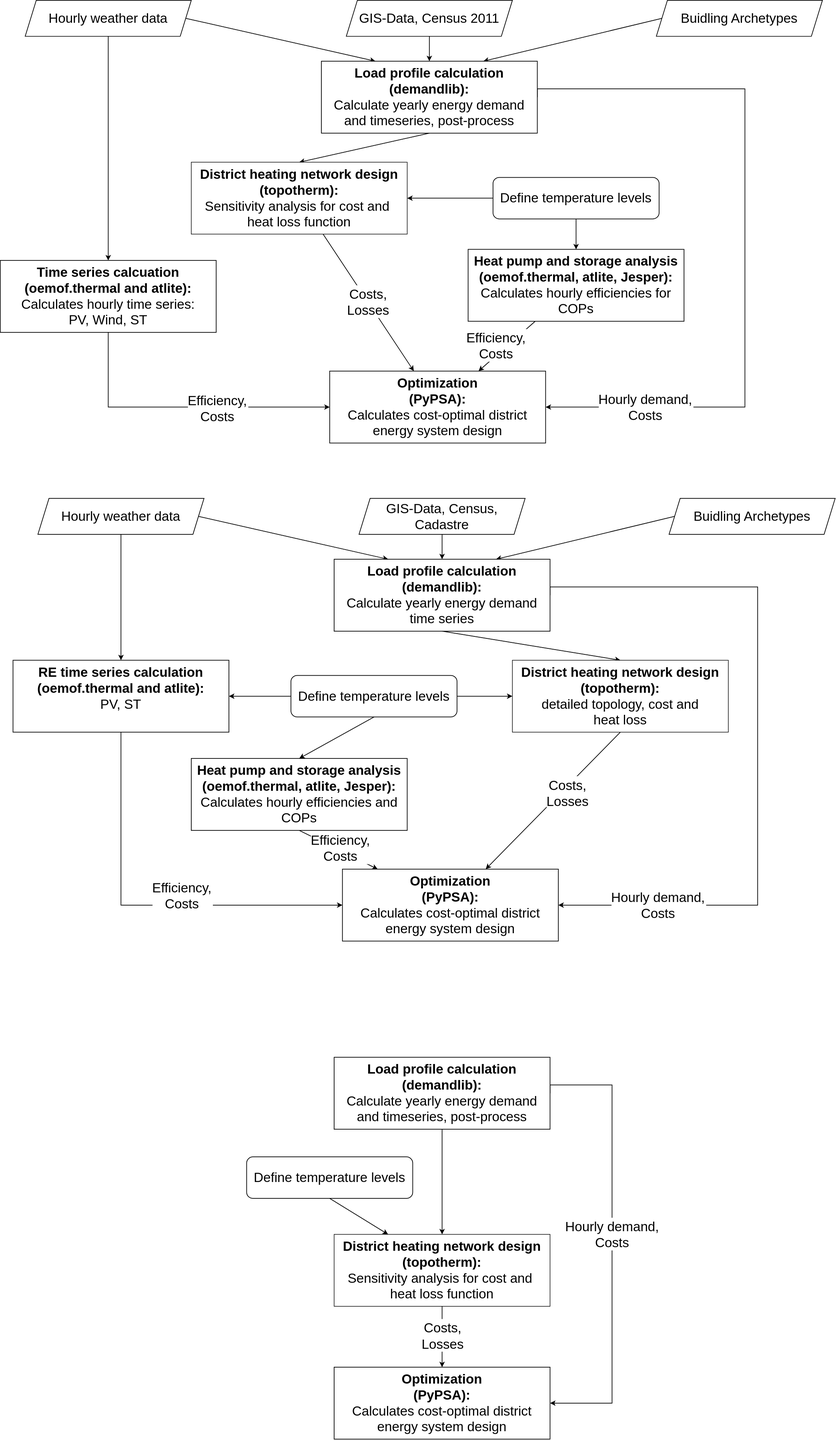
ltrentmann/PyPSA-DESOpt-Heat keeps this draw.io diagram as diagrams/2023-04-25_overview-preprocessing-eng.drawio.svg. Above is the earlier version. Source tidied: cells renumbered, new cells last; positions are measured from the earlier drawing's top-left corner, leaving out a move shared by most shapes.
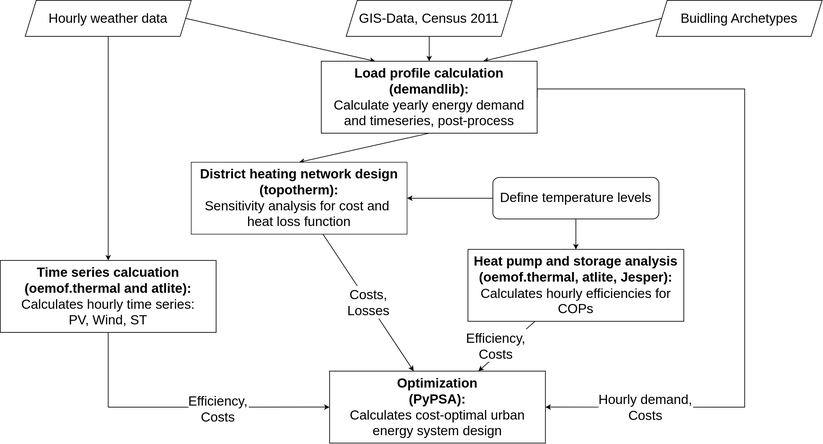
After the change.

Commit message:
update overview figure

The edit, as a diff of the source:
```diff
@@ -35,187 +35,58 @@
     <mxCell id="12" style="edgeStyle=orthogonalEdgeStyle;rounded=0;jettySize=auto;html=1;strokeWidth=1.25;exitX=0.5;exitY=1;exitDx=0;exitDy=0;fontFamily=Helvetica;" parent="1" edge="1" source="11" target="15">
       <mxGeometry relative="1" as="geometry" />
     </mxCell>
-    <mxCell id="13" style="rounded=0;jettySize=auto;fontSize=24;strokeWidth=1.25;fontFamily=Helvetica;" parent="1" edge="1" source="15" target="21">
-      <mxGeometry relative="1" as="geometry" />
-    </mxCell>
-    <mxCell id="14" value="Efficiency,&#10;Costs" style="edgeLabel;align=center;verticalAlign=middle;fontSize=24;fontFamily=Helvetica;" parent="13" vertex="1">
-      <mxGeometry x="0.19" relative="1" as="geometry">
-        <mxPoint x="-10" y="-12" as="offset" />
-      </mxGeometry>
-    </mxCell>
+    <mxCell id="61" style="rounded=0;jettySize=auto;fontSize=24;strokeWidth=1.25;fontFamily=Helvetica;" parent="1" edge="1" source="15" target="67">
+      <mxGeometry relative="1" as="geometry" />
+    </mxCell>
+    <mxCell id="62" value="Efficiency,&#10;Costs" style="edgeLabel;align=center;verticalAlign=middle;fontSize=24;fontFamily=Helvetica;" parent="61" vertex="1">
+      <mxGeometry x="0.19" relative="1" as="geometry">
+        <mxPoint x="-10" y="-12" as="offset" />
+      </mxGeometry>
+    </mxCell>
     <mxCell id="15" value="Heat pump and storage analysis&lt;br&gt;(oemof.thermal, atlite, Jesper): &lt;br&gt;&lt;span style=&quot;font-weight: normal;&quot;&gt;Calculates hourly efficiencies for COPs&lt;/span&gt;" style="rounded=0;fontSize=24;whiteSpace=wrap;strokeWidth=1.25;fontFamily=Helvetica;fontStyle=1;html=1;" parent="1" vertex="1">
       <mxGeometry x="845" y="450" width="390" height="130" as="geometry" />
     </mxCell>
-    <mxCell id="16" style="edgeStyle=orthogonalEdgeStyle;rounded=0;jettySize=auto;entryX=0;entryY=0.5;entryDx=0;entryDy=0;exitX=0.5;exitY=1;exitDx=0;exitDy=0;fontSize=24;strokeWidth=1.25;fontFamily=Helvetica;" parent="1" edge="1" source="18" target="21">
-      <mxGeometry relative="1" as="geometry" />
-    </mxCell>
-    <mxCell id="17" value="Efficiency,&#10;Costs" style="edgeLabel;align=center;verticalAlign=middle;fontSize=24;fontFamily=Helvetica;" parent="16" vertex="1">
-      <mxGeometry x="-0.17" y="-1" relative="1" as="geometry">
-        <mxPoint x="111" y="-1" as="offset" />
-      </mxGeometry>
-    </mxCell>
+    <mxCell id="63" style="edgeStyle=orthogonalEdgeStyle;rounded=0;jettySize=auto;entryX=0;entryY=0.5;entryDx=0;entryDy=0;exitX=0.5;exitY=1;exitDx=0;exitDy=0;fontSize=24;strokeWidth=1.25;fontFamily=Helvetica;" parent="1" edge="1" source="18" target="67">
+      <mxGeometry relative="1" as="geometry" />
+    </mxCell>
+    <mxCell id="64" value="Efficiency,&#10;Costs" style="edgeLabel;align=center;verticalAlign=middle;fontSize=24;fontFamily=Helvetica;" parent="63" vertex="1">
+      <mxGeometry x="-0.17" y="-1" relative="1" as="geometry">
+        <mxPoint x="111" y="-1" as="offset" />
+      </mxGeometry>
+    </mxCell>
     <mxCell id="18" value="Time series calcuation (oemof.thermal and atlite): &lt;br&gt;&lt;span style=&quot;font-weight: normal;&quot;&gt;Calculates hourly time series: &lt;br&gt;PV, Wind, ST&lt;/span&gt;" style="rounded=0;fontSize=24;whiteSpace=wrap;strokeWidth=1.25;fontFamily=Helvetica;html=1;fontStyle=1;" parent="1" vertex="1">
       <mxGeometry y="470" width="390" height="130" as="geometry" />
     </mxCell>
-    <mxCell id="19" style="edgeStyle=orthogonalEdgeStyle;rounded=0;jettySize=auto;entryX=1;entryY=0.5;entryDx=0;entryDy=0;fontSize=24;strokeWidth=1.25;fontFamily=Helvetica;exitX=1;exitY=0.5;exitDx=0;exitDy=0;" parent="1" edge="1" source="25" target="21">
-      <mxGeometry relative="1" as="geometry">
-        <Array as="points">
-          <mxPoint x="945" y="160" />
-          <mxPoint x="1345" y="160" />
-          <mxPoint x="1345" y="715" />
-        </Array>
-      </mxGeometry>
-    </mxCell>
-    <mxCell id="20" value="Hourly demand,&#10;Costs" style="edgeLabel;align=center;verticalAlign=middle;fontSize=24;fontFamily=Helvetica;" parent="19" vertex="1">
-      <mxGeometry x="0.42" relative="1" as="geometry">
-        <mxPoint x="-180" y="40" as="offset" />
-      </mxGeometry>
-    </mxCell>
-    <mxCell id="21" value="Optimization &lt;br&gt;(PyPSA):&lt;br&gt;&lt;span style=&quot;font-weight: normal;&quot;&gt;Calculates cost-optimal district energy system design&lt;/span&gt;" style="rounded=0;fontSize=24;whiteSpace=wrap;strokeWidth=1.25;fontFamily=Helvetica;html=1;fontStyle=1;" parent="1" vertex="1">
-      <mxGeometry x="595" y="670" width="390" height="130" as="geometry" />
-    </mxCell>
-    <mxCell id="22" style="rounded=0;jettySize=auto;fontSize=24;strokeWidth=1.25;fontFamily=Helvetica;" parent="1" edge="1" source="24" target="21">
-      <mxGeometry relative="1" as="geometry" />
-    </mxCell>
-    <mxCell id="23" value="Costs,&#10;Losses" style="edgeLabel;align=center;verticalAlign=middle;fontSize=24;fontFamily=Helvetica;" parent="22" vertex="1">
-      <mxGeometry x="-0.22" y="4" relative="1" as="geometry">
-        <mxPoint x="14" y="26" as="offset" />
-      </mxGeometry>
-    </mxCell>
+    <mxCell id="65" style="edgeStyle=orthogonalEdgeStyle;rounded=0;jettySize=auto;entryX=1;entryY=0.5;entryDx=0;entryDy=0;fontSize=24;strokeWidth=1.25;fontFamily=Helvetica;exitX=1;exitY=0.5;exitDx=0;exitDy=0;" parent="1" edge="1" source="25" target="67">
+      <mxGeometry relative="1" as="geometry">
+        <Array as="points">
+          <mxPoint x="945" y="160" />
+          <mxPoint x="1345" y="160" />
+          <mxPoint x="1345" y="715" />
+        </Array>
+      </mxGeometry>
+    </mxCell>
+    <mxCell id="66" value="Hourly demand,&#10;Costs" style="edgeLabel;align=center;verticalAlign=middle;fontSize=24;fontFamily=Helvetica;" parent="65" vertex="1">
+      <mxGeometry x="0.42" relative="1" as="geometry">
+        <mxPoint x="-180" y="40" as="offset" />
+      </mxGeometry>
+    </mxCell>
+    <mxCell id="67" value="Optimization &lt;br&gt;(PyPSA):&lt;br&gt;&lt;span style=&quot;font-weight: normal;&quot;&gt;Calculates cost-optimal urban energy system design&lt;/span&gt;" style="rounded=0;fontSize=24;whiteSpace=wrap;strokeWidth=1.25;fontFamily=Helvetica;html=1;fontStyle=1;" parent="1" vertex="1">
+      <mxGeometry x="595" y="670" width="390" height="130" as="geometry" />
+    </mxCell>
+    <mxCell id="68" style="rounded=0;jettySize=auto;fontSize=24;strokeWidth=1.25;fontFamily=Helvetica;" parent="1" edge="1" source="24" target="67">
+      <mxGeometry relative="1" as="geometry" />
+    </mxCell>
+    <mxCell id="69" value="Costs,&#10;Losses" style="edgeLabel;align=center;verticalAlign=middle;fontSize=24;fontFamily=Helvetica;" parent="68" vertex="1">
+      <mxGeometry x="-0.22" y="4" relative="1" as="geometry">
+        <mxPoint x="14" y="26" as="offset" />
+      </mxGeometry>
+    </mxCell>
     <mxCell id="24" value="District heating network design (topotherm):&lt;br&gt;&lt;span style=&quot;font-weight: normal;&quot;&gt;Sensitivity analysis for cost and&amp;nbsp; heat loss function&lt;/span&gt;" style="rounded=0;fontSize=24;fontFamily=Helvetica;fontStyle=1;whiteSpace=wrap;html=1;" parent="1" vertex="1">
       <mxGeometry x="345" y="292.5" width="390" height="130" as="geometry" />
     </mxCell>
     <mxCell id="25" value="&lt;b style=&quot;border-color: var(--border-color);&quot;&gt;Load profile calculation (demandlib):&lt;br style=&quot;border-color: var(--border-color);&quot;&gt;&lt;/b&gt;Calculate yearly energy demand and timeseries,&amp;nbsp;post-process" style="rounded=0;fontSize=24;whiteSpace=wrap;strokeWidth=1.25;fontFamily=Helvetica;shape=label;html=1;fixedSize=1;" parent="1" vertex="1">
       <mxGeometry x="580" y="110" width="390" height="130" as="geometry" />
     </mxCell>
-    <mxCell id="26" style="rounded=0;jettySize=auto;exitX=1;exitY=0.5;exitDx=0;exitDy=0;fontSize=24;strokeWidth=1.25;entryX=0.25;entryY=0;entryDx=0;entryDy=0;fontFamily=Helvetica;" parent="1" edge="1" source="28" target="49">
-      <mxGeometry relative="1" as="geometry" />
-    </mxCell>
-    <mxCell id="27" style="rounded=0;jettySize=auto;entryX=0.5;entryY=0;entryDx=0;entryDy=0;exitX=0.5;exitY=1;exitDx=0;exitDy=0;fontSize=24;strokeWidth=1.25;fontFamily=Helvetica;" parent="1" edge="1" source="28" target="42">
-      <mxGeometry relative="1" as="geometry" />
-    </mxCell>
-    <mxCell id="28" value="Hourly weather data" style="rounded=0;fontSize=24;whiteSpace=wrap;strokeWidth=1.25;fontFamily=Helvetica;shape=parallelogram;perimeter=parallelogramPerimeter;html=1;fixedSize=1;" parent="1" vertex="1">
-      <mxGeometry x="68" y="900" width="300" height="65" as="geometry" />
-    </mxCell>
-    <mxCell id="29" style="edgeStyle=orthogonalEdgeStyle;rounded=0;jettySize=auto;fontSize=24;strokeWidth=1.25;fontFamily=Helvetica;entryX=0.5;entryY=0;entryDx=0;entryDy=0;" parent="1" edge="1" source="30" target="49">
-      <mxGeometry relative="1" as="geometry" />
-    </mxCell>
-    <mxCell id="30" value="GIS-Data, Census, Cadastre" style="rounded=0;fontSize=24;whiteSpace=wrap;strokeWidth=1.25;fontFamily=Helvetica;shape=parallelogram;perimeter=parallelogramPerimeter;html=1;fixedSize=1;" parent="1" vertex="1">
-      <mxGeometry x="648" y="900" width="300" height="65" as="geometry" />
-    </mxCell>
-    <mxCell id="31" style="rounded=0;jettySize=auto;fontSize=24;strokeWidth=1.25;entryX=0.75;entryY=0;entryDx=0;entryDy=0;exitX=0;exitY=0.5;exitDx=0;exitDy=0;fontFamily=Helvetica;" parent="1" edge="1" source="32" target="49">
-      <mxGeometry relative="1" as="geometry" />
-    </mxCell>
-    <mxCell id="32" value="Buidling Archetypes" style="rounded=0;fontSize=24;whiteSpace=wrap;strokeWidth=1.25;fontFamily=Helvetica;shape=parallelogram;perimeter=parallelogramPerimeter;html=1;fixedSize=1;" parent="1" vertex="1">
-      <mxGeometry x="1208" y="900" width="300" height="65" as="geometry" />
-    </mxCell>
-    <mxCell id="33" style="rounded=0;jettySize=auto;fontSize=24;strokeWidth=1.25;entryX=0.5;entryY=0;entryDx=0;entryDy=0;fontFamily=Helvetica;exitX=0.5;exitY=1;exitDx=0;exitDy=0;" parent="1" edge="1" source="49" target="48">
-      <mxGeometry relative="1" as="geometry" />
-    </mxCell>
-    <mxCell id="34" style="rounded=0;jettySize=auto;fontSize=24;strokeWidth=1.25;fontFamily=Helvetica;" parent="1" edge="1" source="35" target="48">
-      <mxGeometry relative="1" as="geometry" />
-    </mxCell>
-    <mxCell id="35" value="Define temperature levels" style="rounded=1;fontSize=24;whiteSpace=wrap;strokeWidth=1.25;fontFamily=Helvetica;" parent="1" vertex="1">
-      <mxGeometry x="525" y="1220" width="300" height="75" as="geometry" />
-    </mxCell>
-    <mxCell id="36" style="rounded=0;jettySize=auto;html=1;strokeWidth=1.25;exitX=0.5;exitY=1;exitDx=0;exitDy=0;fontFamily=Helvetica;entryX=0.5;entryY=0;entryDx=0;entryDy=0;" parent="1" edge="1" source="35" target="39">
-      <mxGeometry relative="1" as="geometry" />
-    </mxCell>
-    <mxCell id="37" style="rounded=0;jettySize=auto;fontSize=24;strokeWidth=1.25;fontFamily=Helvetica;exitX=0.5;exitY=1;exitDx=0;exitDy=0;" parent="1" edge="1" source="39" target="45">
-      <mxGeometry relative="1" as="geometry" />
-    </mxCell>
-    <mxCell id="38" value="Efficiency,&#10;Costs" style="edgeLabel;align=center;verticalAlign=middle;fontSize=24;fontFamily=Helvetica;" parent="37" vertex="1">
-      <mxGeometry x="0.19" relative="1" as="geometry">
-        <mxPoint x="-10" y="-12" as="offset" />
-      </mxGeometry>
-    </mxCell>
-    <mxCell id="39" value="Heat pump and storage analysis&lt;br&gt;(oemof.thermal, atlite, Jesper): &lt;br&gt;&lt;span style=&quot;font-weight: normal;&quot;&gt;Calculates hourly efficiencies and COPs&lt;/span&gt;" style="rounded=0;fontSize=24;whiteSpace=wrap;strokeWidth=1.25;fontFamily=Helvetica;fontStyle=1;html=1;" parent="1" vertex="1">
-      <mxGeometry x="345" y="1370" width="390" height="130" as="geometry" />
-    </mxCell>
-    <mxCell id="40" style="edgeStyle=orthogonalEdgeStyle;rounded=0;jettySize=auto;entryX=0;entryY=0.5;entryDx=0;entryDy=0;exitX=0.5;exitY=1;exitDx=0;exitDy=0;fontSize=24;strokeWidth=1.25;fontFamily=Helvetica;" parent="1" edge="1" source="42" target="45">
-      <mxGeometry relative="1" as="geometry" />
-    </mxCell>
-    <mxCell id="41" value="Efficiency,&#10;Costs" style="edgeLabel;align=center;verticalAlign=middle;fontSize=24;fontFamily=Helvetica;" parent="40" vertex="1">
-      <mxGeometry x="-0.17" y="-1" relative="1" as="geometry">
-        <mxPoint x="111" y="-1" as="offset" />
-      </mxGeometry>
-    </mxCell>
-    <mxCell id="42" value="RE time series calculation (oemof.thermal and atlite):&lt;span style=&quot;font-weight: normal;&quot;&gt;&lt;br&gt;PV, ST&lt;br&gt;&lt;br&gt;&lt;/span&gt;" style="rounded=0;fontSize=24;whiteSpace=wrap;strokeWidth=1.25;fontFamily=Helvetica;html=1;fontStyle=1;" parent="1" vertex="1">
-      <mxGeometry x="23" y="1192.5" width="390" height="130" as="geometry" />
-    </mxCell>
-    <mxCell id="43" style="edgeStyle=orthogonalEdgeStyle;rounded=0;jettySize=auto;entryX=1;entryY=0.5;entryDx=0;entryDy=0;fontSize=24;strokeWidth=1.25;fontFamily=Helvetica;exitX=1;exitY=0.5;exitDx=0;exitDy=0;" parent="1" edge="1" source="49" target="45">
-      <mxGeometry relative="1" as="geometry">
-        <Array as="points">
-          <mxPoint x="968" y="1060" />
-          <mxPoint x="1368" y="1060" />
-          <mxPoint x="1368" y="1615" />
-        </Array>
-      </mxGeometry>
-    </mxCell>
-    <mxCell id="44" value="Hourly demand,&#10;Costs" style="edgeLabel;align=center;verticalAlign=middle;fontSize=24;fontFamily=Helvetica;" parent="43" vertex="1">
-      <mxGeometry x="0.42" relative="1" as="geometry">
-        <mxPoint x="-180" y="40" as="offset" />
-      </mxGeometry>
-    </mxCell>
-    <mxCell id="45" value="Optimization &lt;br&gt;(PyPSA):&lt;br&gt;&lt;span style=&quot;font-weight: normal;&quot;&gt;Calculates cost-optimal district energy system design&lt;/span&gt;" style="rounded=0;fontSize=24;whiteSpace=wrap;strokeWidth=1.25;fontFamily=Helvetica;html=1;fontStyle=1;" parent="1" vertex="1">
-      <mxGeometry x="618" y="1570" width="390" height="130" as="geometry" />
-    </mxCell>
-    <mxCell id="46" style="rounded=0;jettySize=auto;fontSize=24;strokeWidth=1.25;fontFamily=Helvetica;exitX=0.5;exitY=1;exitDx=0;exitDy=0;" parent="1" edge="1" source="48" target="45">
-      <mxGeometry relative="1" as="geometry" />
-    </mxCell>
-    <mxCell id="47" value="Costs,&#10;Losses" style="edgeLabel;align=center;verticalAlign=middle;fontSize=24;fontFamily=Helvetica;" parent="46" vertex="1">
-      <mxGeometry x="-0.22" y="4" relative="1" as="geometry">
-        <mxPoint x="-3" y="8" as="offset" />
-      </mxGeometry>
-    </mxCell>
-    <mxCell id="48" value="District heating network design (topotherm):&lt;br&gt;&lt;span style=&quot;font-weight: normal;&quot;&gt;detailed topology, cost and &lt;br&gt;heat loss&lt;/span&gt;" style="rounded=0;fontSize=24;fontFamily=Helvetica;fontStyle=1;whiteSpace=wrap;html=1;" parent="1" vertex="1">
-      <mxGeometry x="925" y="1192.5" width="390" height="130" as="geometry" />
-    </mxCell>
-    <mxCell id="49" value="&lt;b style=&quot;border-color: var(--border-color);&quot;&gt;Load profile calculation (demandlib):&lt;br style=&quot;border-color: var(--border-color);&quot;&gt;&lt;/b&gt;Calculate yearly energy demand time series" style="rounded=0;fontSize=24;whiteSpace=wrap;strokeWidth=1.25;fontFamily=Helvetica;shape=label;html=1;fixedSize=1;" parent="1" vertex="1">
-      <mxGeometry x="603" y="1010" width="390" height="130" as="geometry" />
-    </mxCell>
-    <mxCell id="50" style="endArrow=classic;html=1;rounded=0;hachureGap=4;fontFamily=Architects Daughter;fontSource=https%3A%2F%2Ffonts.googleapis.com%2Fcss%3Ffamily%3DArchitects%2BDaughter;fontSize=16;exitX=0;exitY=0.5;exitDx=0;exitDy=0;entryX=1;entryY=0.5;entryDx=0;entryDy=0;strokeWidth=1.25;" parent="1" edge="1" source="35" target="42">
-      <mxGeometry relative="1" as="geometry" />
-    </mxCell>
-    <mxCell id="51" style="rounded=0;jettySize=auto;fontSize=24;strokeWidth=1.25;entryX=0.5;entryY=0;entryDx=0;entryDy=0;fontFamily=Helvetica;exitX=0.5;exitY=1;exitDx=0;exitDy=0;" parent="1" edge="1" source="60" target="59">
-      <mxGeometry relative="1" as="geometry" />
-    </mxCell>
-    <mxCell id="52" style="rounded=0;jettySize=auto;fontSize=24;strokeWidth=1.25;fontFamily=Helvetica;entryX=0.25;entryY=0;entryDx=0;entryDy=0;exitX=0.5;exitY=1;exitDx=0;exitDy=0;" parent="1" edge="1" source="53" target="59">
-      <mxGeometry relative="1" as="geometry" />
-    </mxCell>
-    <mxCell id="53" value="Define temperature levels" style="rounded=1;fontSize=24;whiteSpace=wrap;strokeWidth=1.25;fontFamily=Helvetica;" parent="1" vertex="1">
-      <mxGeometry x="445" y="2090" width="300" height="75" as="geometry" />
-    </mxCell>
-    <mxCell id="54" style="edgeStyle=orthogonalEdgeStyle;rounded=0;jettySize=auto;entryX=1;entryY=0.5;entryDx=0;entryDy=0;fontSize=24;strokeWidth=1.25;fontFamily=Helvetica;exitX=1;exitY=0.5;exitDx=0;exitDy=0;" parent="1" edge="1" source="60" target="56">
-      <mxGeometry relative="1" as="geometry">
-        <Array as="points">
-          <mxPoint x="993" y="1960" />
-          <mxPoint x="1105" y="1960" />
-          <mxPoint x="1105" y="2535" />
-        </Array>
-      </mxGeometry>
-    </mxCell>
-    <mxCell id="55" value="Hourly demand,&#10;Costs" style="edgeLabel;align=center;verticalAlign=middle;fontSize=24;fontFamily=Helvetica;" parent="54" vertex="1">
-      <mxGeometry x="0.42" relative="1" as="geometry">
-        <mxPoint y="-181" as="offset" />
-      </mxGeometry>
-    </mxCell>
-    <mxCell id="56" value="Optimization &lt;br&gt;(PyPSA):&lt;br&gt;&lt;span style=&quot;font-weight: normal;&quot;&gt;Calculates cost-optimal district energy system design&lt;/span&gt;" style="rounded=0;fontSize=24;whiteSpace=wrap;strokeWidth=1.25;fontFamily=Helvetica;html=1;fontStyle=1;" parent="1" vertex="1">
-      <mxGeometry x="603" y="2470" width="390" height="130" as="geometry" />
-    </mxCell>
-    <mxCell id="57" style="rounded=0;jettySize=auto;fontSize=24;strokeWidth=1.25;fontFamily=Helvetica;exitX=0.5;exitY=1;exitDx=0;exitDy=0;" parent="1" edge="1" source="59" target="56">
-      <mxGeometry relative="1" as="geometry" />
-    </mxCell>
-    <mxCell id="58" value="Costs,&#10;Losses" style="edgeLabel;align=center;verticalAlign=middle;fontSize=24;fontFamily=Helvetica;" parent="57" vertex="1">
-      <mxGeometry x="-0.22" y="4" relative="1" as="geometry">
-        <mxPoint x="-3" y="8" as="offset" />
-      </mxGeometry>
-    </mxCell>
-    <mxCell id="59" value="District heating network design (topotherm):&lt;br&gt;&lt;span style=&quot;font-weight: normal;&quot;&gt;Sensitivity analysis for cost and&amp;nbsp; heat loss function&lt;/span&gt;" style="rounded=0;fontSize=24;fontFamily=Helvetica;fontStyle=1;whiteSpace=wrap;html=1;" parent="1" vertex="1">
-      <mxGeometry x="603" y="2230" width="390" height="130" as="geometry" />
-    </mxCell>
-    <mxCell id="60" value="&lt;b style=&quot;border-color: var(--border-color);&quot;&gt;Load profile calculation (demandlib):&lt;br style=&quot;border-color: var(--border-color);&quot;&gt;&lt;/b&gt;Calculate yearly energy demand and timeseries,&amp;nbsp;post-process" style="rounded=0;fontSize=24;whiteSpace=wrap;strokeWidth=1.25;fontFamily=Helvetica;shape=label;html=1;fixedSize=1;" parent="1" vertex="1">
-      <mxGeometry x="603" y="1910" width="390" height="130" as="geometry" />
-    </mxCell>
   </root>
 </mxGraphModel>
```
